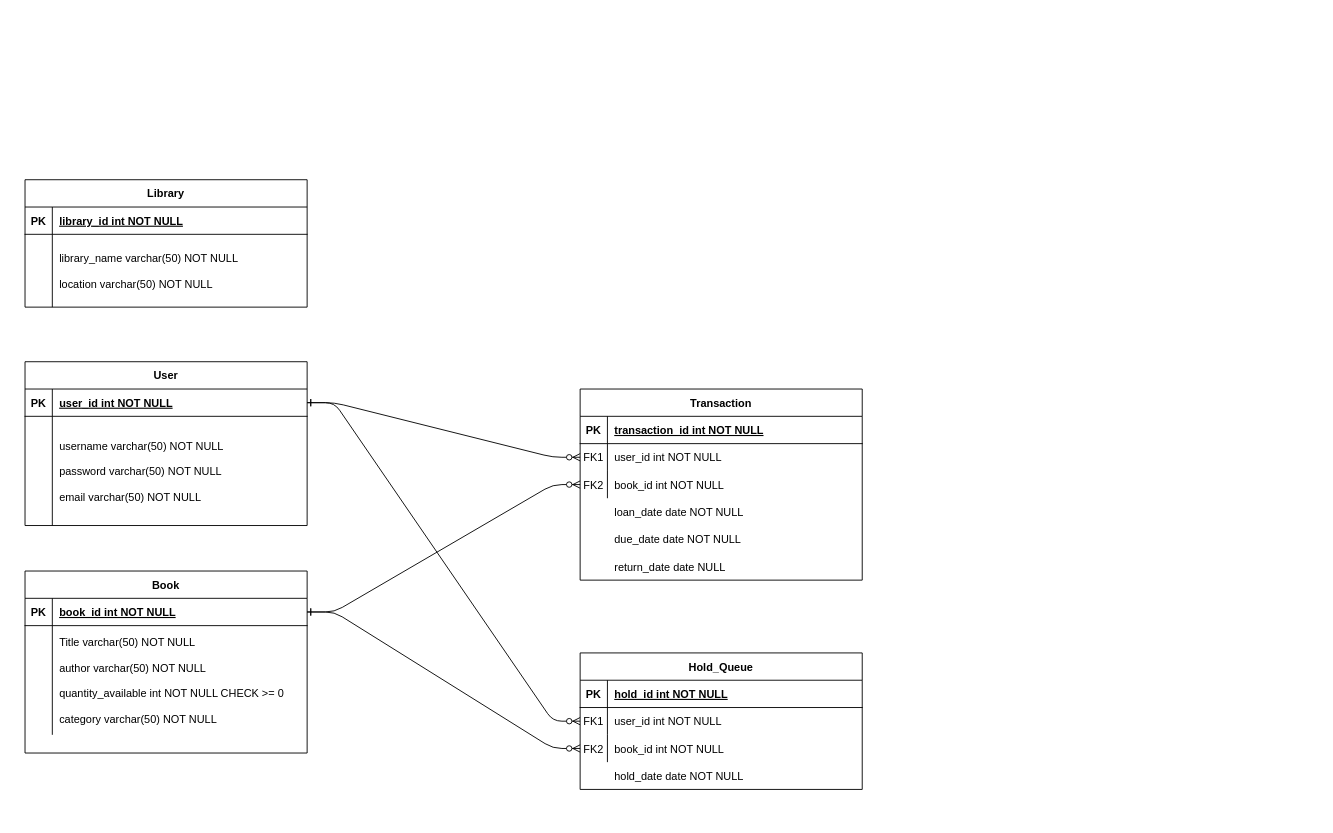
Before: Diagram Tanpa Judul.drawio in Cakurniawan/pacmann-sql, a draw.io diagram. Source tidied: cells renumbered, new cells numbered last; positions are measured from the earlier drawing's top-left corner, leaving out a move shared by most shapes. Both pictures are drawn from the tidied source at 91%, with x=0, y=0 at pixel (25, 179).
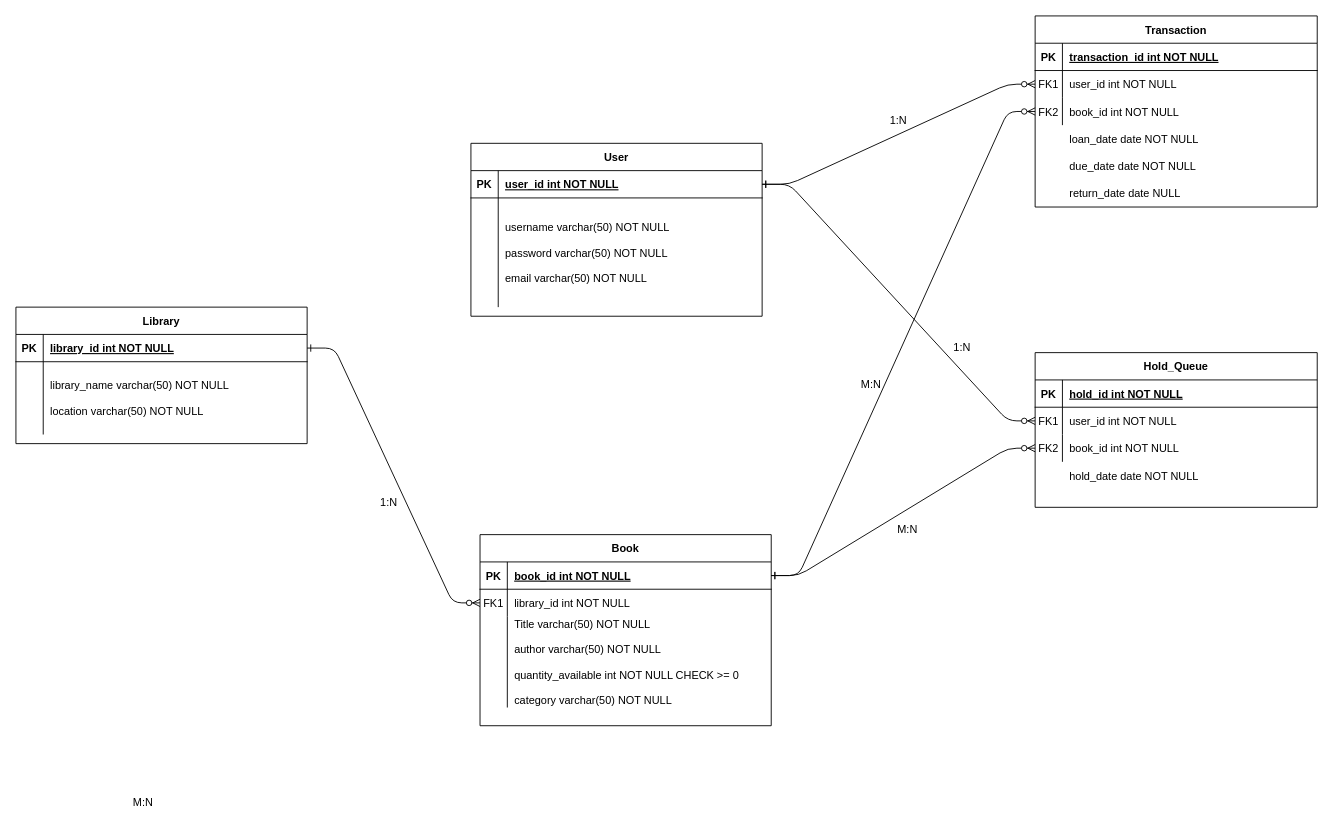
After the change.

Unchanged cells that the change refers to:
```xml
<mxCell id="27" style="shape=partialRectangle;fillColor=none;points=[[0,0.5],[1,0.5]];portConstraint=eastwest;top=0;left=0;right=0;bottom=0;" parent="23" vertex="1">
  <mxGeometry y="60" width="310" height="30" as="geometry" />
</mxCell>
<mxCell id="30" style="shape=partialRectangle;fillColor=none;points=[[0,0.5],[1,0.5]];portConstraint=eastwest;top=0;left=0;right=0;bottom=0;" parent="23" vertex="1">
  <mxGeometry y="90" width="310" height="30" as="geometry" />
</mxCell>
<mxCell id="40" style="shape=partialRectangle;fillColor=none;points=[[0,0.5],[1,0.5]];portConstraint=eastwest;top=0;left=0;right=0;bottom=0;" parent="36" vertex="1">
  <mxGeometry y="60" width="310" height="30" as="geometry" />
</mxCell>
<mxCell id="43" style="shape=partialRectangle;fillColor=none;points=[[0,0.5],[1,0.5]];portConstraint=eastwest;top=0;left=0;right=0;bottom=0;" parent="36" vertex="1">
  <mxGeometry y="90" width="310" height="30" as="geometry" />
</mxCell>
```

What changed in the source:
```diff
@@
     <mxCell id="2" value="Library" style="shape=table;startSize=30;childLayout=tableLayout;rowLines=0;fontStyle=1;align=center;" parent="1" vertex="1">
-      <mxGeometry width="310" height="140" as="geometry" />
+      <mxGeometry x="-10" y="140" width="320" height="150" as="geometry" />
     </mxCell>
     <mxCell id="3" style="shape=partialRectangle;fillColor=none;points=[[0,0.5],[1,0.5]];portConstraint=eastwest;top=0;left=0;right=0;bottom=1;" parent="2" vertex="1">
-      <mxGeometry y="30" width="310" height="30" as="geometry" />
+      <mxGeometry y="30" width="320" height="30" as="geometry" />
     </mxCell>
@@
     <mxCell id="5" value="library_id int NOT NULL " style="shape=partialRectangle;overflow=hidden;fillColor=none;top=0;left=0;bottom=0;right=0;align=left;spacingLeft=6;fontStyle=5;" parent="3" vertex="1">
-      <mxGeometry x="30" width="280" height="30" as="geometry" />
+      <mxGeometry x="30" width="290" height="30" as="geometry" />
     </mxCell>
     <mxCell id="6" style="shape=partialRectangle;fillColor=none;top=0;left=0;right=0;bottom=0;" parent="2" vertex="1">
-      <mxGeometry y="60" width="310" height="80" as="geometry" />
+      <mxGeometry y="60" width="320" height="80" as="geometry" />
     </mxCell>
@@
     <mxCell id="8" value="library_name varchar(50) NOT NULL&#10;&#10;location varchar(50) NOT NULL" style="shape=partialRectangle;overflow=hidden;fillColor=none;top=0;left=0;bottom=0;right=0;align=left;spacingLeft=6;" parent="6" vertex="1">
-      <mxGeometry x="30" width="280" height="80" as="geometry" />
+      <mxGeometry x="30" width="290" height="80" as="geometry" />
     </mxCell>
-    <mxCell id="9" value="Book" style="shape=table;startSize=30;childLayout=tableLayout;rowLines=0;fontStyle=1;align=center;" parent="1" vertex="1">
-      <mxGeometry y="430" width="310" height="200" as="geometry" />
-    </mxCell>
-    <mxCell id="10" style="shape=partialRectangle;fillColor=none;points=[[0,0.5],[1,0.5]];portConstraint=eastwest;top=0;left=0;right=0;bottom=1;" parent="9" vertex="1">
-      <mxGeometry y="30" width="310" height="30" as="geometry" />
-    </mxCell>
-    <mxCell id="11" value="PK" style="shape=partialRectangle;overflow=hidden;fillColor=none;top=0;left=0;bottom=0;right=0;fontStyle=1;" parent="10" vertex="1">
-      <mxGeometry width="30" height="30" as="geometry" />
-    </mxCell>
-    <mxCell id="12" value="book_id int NOT NULL " style="shape=partialRectangle;overflow=hidden;fillColor=none;top=0;left=0;bottom=0;right=0;align=left;spacingLeft=6;fontStyle=5;" parent="10" vertex="1">
-      <mxGeometry x="30" width="280" height="30" as="geometry" />
-    </mxCell>
-    <mxCell id="13" style="shape=partialRectangle;fillColor=none;top=0;left=0;right=0;bottom=0;" parent="9" vertex="1">
-      <mxGeometry y="60" width="310" height="120" as="geometry" />
-    </mxCell>
-    <mxCell id="14" style="shape=partialRectangle;overflow=hidden;fillColor=none;top=0;left=0;bottom=0;right=0;" parent="13" vertex="1">
-      <mxGeometry width="30" height="120" as="geometry" />
-    </mxCell>
-    <mxCell id="15" value="Title varchar(50) NOT NULL&#10;&#10;author varchar(50) NOT NULL&#10;&#10;quantity_available int NOT NULL CHECK &gt;= 0&#10;&#10;category varchar(50) NOT NULL " style="shape=partialRectangle;overflow=hidden;fillColor=none;top=0;left=0;bottom=0;right=0;align=left;spacingLeft=6;" parent="13" vertex="1">
-      <mxGeometry x="30" width="280" height="120" as="geometry" />
-    </mxCell>
     <mxCell id="16" value="User" style="shape=table;startSize=30;childLayout=tableLayout;rowLines=0;fontStyle=1;align=center;" parent="1" vertex="1">
-      <mxGeometry y="200" width="310" height="180" as="geometry" />
+      <mxGeometry x="490" y="-40" width="320" height="190" as="geometry" />
     </mxCell>
     <mxCell id="17" style="shape=partialRectangle;fillColor=none;points=[[0,0.5],[1,0.5]];portConstraint=eastwest;top=0;left=0;right=0;bottom=1;" parent="16" vertex="1">
-      <mxGeometry y="30" width="310" height="30" as="geometry" />
+      <mxGeometry y="30" width="320" height="30" as="geometry" />
     </mxCell>
@@
     <mxCell id="19" value="user_id int NOT NULL " style="shape=partialRectangle;overflow=hidden;fillColor=none;top=0;left=0;bottom=0;right=0;align=left;spacingLeft=6;fontStyle=5;" parent="17" vertex="1">
-      <mxGeometry x="30" width="280" height="30" as="geometry" />
+      <mxGeometry x="30" width="290" height="30" as="geometry" />
     </mxCell>
     <mxCell id="20" style="shape=partialRectangle;fillColor=none;top=0;left=0;right=0;bottom=0;" parent="16" vertex="1">
-      <mxGeometry y="60" width="310" height="120" as="geometry" />
+      <mxGeometry y="60" width="320" height="120" as="geometry" />
     </mxCell>
@@
     <mxCell id="22" value="username varchar(50) NOT NULL&#10;&#10;password varchar(50) NOT NULL&#10;&#10;email varchar(50) NOT NULL" style="shape=partialRectangle;overflow=hidden;fillColor=none;top=0;left=0;bottom=0;right=0;align=left;spacingLeft=6;" parent="20" vertex="1">
-      <mxGeometry x="30" width="280" height="120" as="geometry" />
+      <mxGeometry x="30" width="290" height="120" as="geometry" />
     </mxCell>
     <mxCell id="23" value="Transaction" style="shape=table;startSize=30;childLayout=tableLayout;rowLines=0;fontStyle=1;align=center;" parent="1" vertex="1">
-      <mxGeometry x="610" y="230" width="310" height="210" as="geometry" />
+      <mxGeometry x="1110" y="-180" width="310" height="210" as="geometry" />
     </mxCell>
@@
     <mxCell id="33" value="loan_date date NOT NULL" style="shape=partialRectangle;overflow=hidden;fillColor=none;top=0;left=0;bottom=0;right=0;align=left;spacingLeft=6;" parent="1" vertex="1">
-      <mxGeometry x="640" y="350" width="220" height="30" as="geometry" />
+      <mxGeometry x="1140" y="-60" width="220" height="30" as="geometry" />
     </mxCell>
     <mxCell id="34" value="due_date date NOT NULL" style="shape=partialRectangle;overflow=hidden;fillColor=none;top=0;left=0;bottom=0;right=0;align=left;spacingLeft=6;" parent="1" vertex="1">
-      <mxGeometry x="640" y="380" width="220" height="30" as="geometry" />
+      <mxGeometry x="1140" y="-30" width="220" height="30" as="geometry" />
     </mxCell>
     <mxCell id="35" value="return_date date NULL" style="shape=partialRectangle;overflow=hidden;fillColor=none;top=0;left=0;bottom=0;right=0;align=left;spacingLeft=6;" parent="1" vertex="1">
-      <mxGeometry x="640" y="410" width="220" height="30" as="geometry" />
+      <mxGeometry x="1140" width="220" height="30" as="geometry" />
     </mxCell>
     <mxCell id="36" value="Hold_Queue" style="shape=table;startSize=30;childLayout=tableLayout;rowLines=0;fontStyle=1;align=center;" parent="1" vertex="1">
-      <mxGeometry x="610" y="520" width="310" height="150" as="geometry" />
+      <mxGeometry x="1110" y="190" width="310" height="170" as="geometry" />
     </mxCell>
@@
     <mxCell id="46" style="shape=partialRectangle;fillColor=none;top=0;left=0;right=0;bottom=0;" parent="1" vertex="1">
-      <mxGeometry x="610" y="640" width="310" height="30" as="geometry" />
+      <mxGeometry x="1110" y="310" width="310" height="30" as="geometry" />
     </mxCell>
@@
+    <mxCell id="53" value="M:N" style="text;html=1;strokeColor=none;fillColor=none;align=center;verticalAlign=middle;whiteSpace=wrap;rounded=0;" parent="1" vertex="1">
+      <mxGeometry x="900" y="210" width="60" height="30" as="geometry" />
+    </mxCell>
+    <mxCell id="54" value="M:N" style="text;html=1;strokeColor=none;fillColor=none;align=center;verticalAlign=middle;whiteSpace=wrap;rounded=0;" parent="1" vertex="1">
+      <mxGeometry x="100" y="670" width="60" height="30" as="geometry" />
+    </mxCell>
+    <mxCell id="55" value="1:N" style="text;html=1;strokeColor=none;fillColor=none;align=center;verticalAlign=middle;whiteSpace=wrap;rounded=0;" parent="1" vertex="1">
+      <mxGeometry x="930" y="-80" width="60" height="30" as="geometry" />
+    </mxCell>
+    <mxCell id="56" value="1:N" style="text;html=1;strokeColor=none;fillColor=none;align=center;verticalAlign=middle;whiteSpace=wrap;rounded=0;" parent="1" vertex="1">
+      <mxGeometry x="370" y="340" width="60" height="30" as="geometry" />
+    </mxCell>
+    <mxCell id="9" value="Book" style="shape=table;startSize=30;childLayout=tableLayout;rowLines=0;fontStyle=1;align=center;" parent="1" vertex="1">
+      <mxGeometry x="500" y="390" width="320" height="210" as="geometry" />
+    </mxCell>
+    <mxCell id="57" style="shape=partialRectangle;fillColor=none;points=[[0,0.5],[1,0.5]];portConstraint=eastwest;top=0;left=0;right=0;bottom=1;" parent="9" vertex="1">
+      <mxGeometry y="30" width="320" height="30" as="geometry" />
+    </mxCell>
+    <mxCell id="11" value="PK" style="shape=partialRectangle;overflow=hidden;fillColor=none;top=0;left=0;bottom=0;right=0;fontStyle=1;" parent="57" vertex="1">
+      <mxGeometry width="30" height="30" as="geometry" />
+    </mxCell>
+    <mxCell id="12" value="book_id int NOT NULL " style="shape=partialRectangle;overflow=hidden;fillColor=none;top=0;left=0;bottom=0;right=0;align=left;spacingLeft=6;fontStyle=5;" parent="57" vertex="1">
+      <mxGeometry x="30" width="290" height="30" as="geometry" />
+    </mxCell>
+    <mxCell id="58" style="shape=partialRectangle;fillColor=none;points=[[0,0.5],[1,0.5]];portConstraint=eastwest;top=0;left=0;right=0;bottom=0;" parent="9" vertex="1">
+      <mxGeometry y="60" width="320" height="30" as="geometry" />
+    </mxCell>
+    <mxCell id="59" value="FK1" style="shape=partialRectangle;overflow=hidden;fillColor=none;top=0;left=0;bottom=0;right=0;" parent="58" vertex="1">
+      <mxGeometry width="30" height="30" as="geometry" />
+    </mxCell>
+    <mxCell id="60" value="library_id int NOT NULL" style="shape=partialRectangle;overflow=hidden;fillColor=none;top=0;left=0;bottom=0;right=0;align=left;spacingLeft=6;" parent="58" vertex="1">
+      <mxGeometry x="30" width="290" height="30" as="geometry" />
+    </mxCell>
+    <mxCell id="61" style="shape=partialRectangle;fillColor=none;top=0;left=0;right=0;bottom=0;" parent="9" vertex="1">
+      <mxGeometry y="90" width="320" height="100" as="geometry" />
+    </mxCell>
+    <mxCell id="62" style="shape=partialRectangle;overflow=hidden;fillColor=none;top=0;left=0;bottom=0;right=0;" parent="61" vertex="1">
+      <mxGeometry width="30" height="100" as="geometry" />
+    </mxCell>
+    <mxCell id="15" value="Title varchar(50) NOT NULL&#10;&#10;author varchar(50) NOT NULL&#10;&#10;quantity_available int NOT NULL CHECK &gt;= 0&#10;&#10;category varchar(50) NOT NULL" style="shape=partialRectangle;overflow=hidden;fillColor=none;top=0;left=0;bottom=0;right=0;align=left;spacingLeft=6;" parent="61" vertex="1">
+      <mxGeometry x="30" width="290" height="100" as="geometry" />
+    </mxCell>
+    <mxCell id="63" style="edgeStyle=entityRelationEdgeStyle;endArrow=ERzeroToMany;startArrow=ERone;endFill=1;startFill=0;" parent="1" edge="1" source="3" target="58">
+      <mxGeometry relative="1" as="geometry" />
+    </mxCell>
+    <mxCell id="64" style="edgeStyle=entityRelationEdgeStyle;endArrow=ERzeroToMany;startArrow=ERone;endFill=1;startFill=0;" parent="1" edge="1" source="57" target="30">
+      <mxGeometry relative="1" as="geometry" />
+    </mxCell>
+    <mxCell id="52" style="edgeStyle=entityRelationEdgeStyle;endArrow=ERzeroToMany;startArrow=ERone;endFill=1;startFill=0;" parent="1" edge="1" source="17" target="40">
+      <mxGeometry relative="1" as="geometry" />
+    </mxCell>
+    <mxCell id="65" style="edgeStyle=entityRelationEdgeStyle;endArrow=ERzeroToMany;startArrow=ERone;endFill=1;startFill=0;" parent="1" edge="1" source="57" target="43">
+      <mxGeometry relative="1" as="geometry" />
+    </mxCell>
-    <mxCell id="49" style="edgeStyle=entityRelationEdgeStyle;endArrow=ERzeroToMany;startArrow=ERone;endFill=1;startFill=0;entryX=0;entryY=0.5;entryDx=0;entryDy=0;" parent="1" edge="1" source="17" target="27">
+    <mxCell id="49" style="edgeStyle=entityRelationEdgeStyle;endArrow=ERzeroToMany;startArrow=ERone;endFill=1;startFill=0;" parent="1" edge="1" source="17" target="27">
       <mxGeometry relative="1" as="geometry" />
     </mxCell>
-    <mxCell id="50" style="edgeStyle=entityRelationEdgeStyle;endArrow=ERzeroToMany;startArrow=ERone;endFill=1;startFill=0;exitX=1;exitY=0.5;exitDx=0;exitDy=0;entryX=0;entryY=0.5;entryDx=0;entryDy=0;" parent="1" edge="1" source="10" target="30">
-      <mxGeometry relative="1" as="geometry">
-        <Array as="points">
-          <mxPoint x="740" y="355" />
-          <mxPoint x="760" y="465" />
-          <mxPoint x="770" y="465" />
-        </Array>
-      </mxGeometry>
-    </mxCell>
-    <mxCell id="51" style="edgeStyle=entityRelationEdgeStyle;endArrow=ERzeroToMany;startArrow=ERone;endFill=1;startFill=0;entryX=0;entryY=0.5;entryDx=0;entryDy=0;" parent="1" edge="1" source="10" target="43">
-      <mxGeometry relative="1" as="geometry" />
-    </mxCell>
-    <mxCell id="52" style="edgeStyle=entityRelationEdgeStyle;endArrow=ERzeroToMany;startArrow=ERone;endFill=1;startFill=0;entryX=0;entryY=0.5;entryDx=0;entryDy=0;" parent="1" edge="1" source="17" target="40">
-      <mxGeometry relative="1" as="geometry" />
-    </mxCell>
+    <mxCell id="66" value="1:N" style="text;html=1;strokeColor=none;fillColor=none;align=center;verticalAlign=middle;whiteSpace=wrap;rounded=0;" parent="1" vertex="1">
+      <mxGeometry x="1000" y="170" width="60" height="30" as="geometry" />
+    </mxCell>
+    <mxCell id="67" value="M:N" style="text;html=1;strokeColor=none;fillColor=none;align=center;verticalAlign=middle;whiteSpace=wrap;rounded=0;" parent="1" vertex="1">
+      <mxGeometry x="940" y="370" width="60" height="30" as="geometry" />
+    </mxCell>
```
